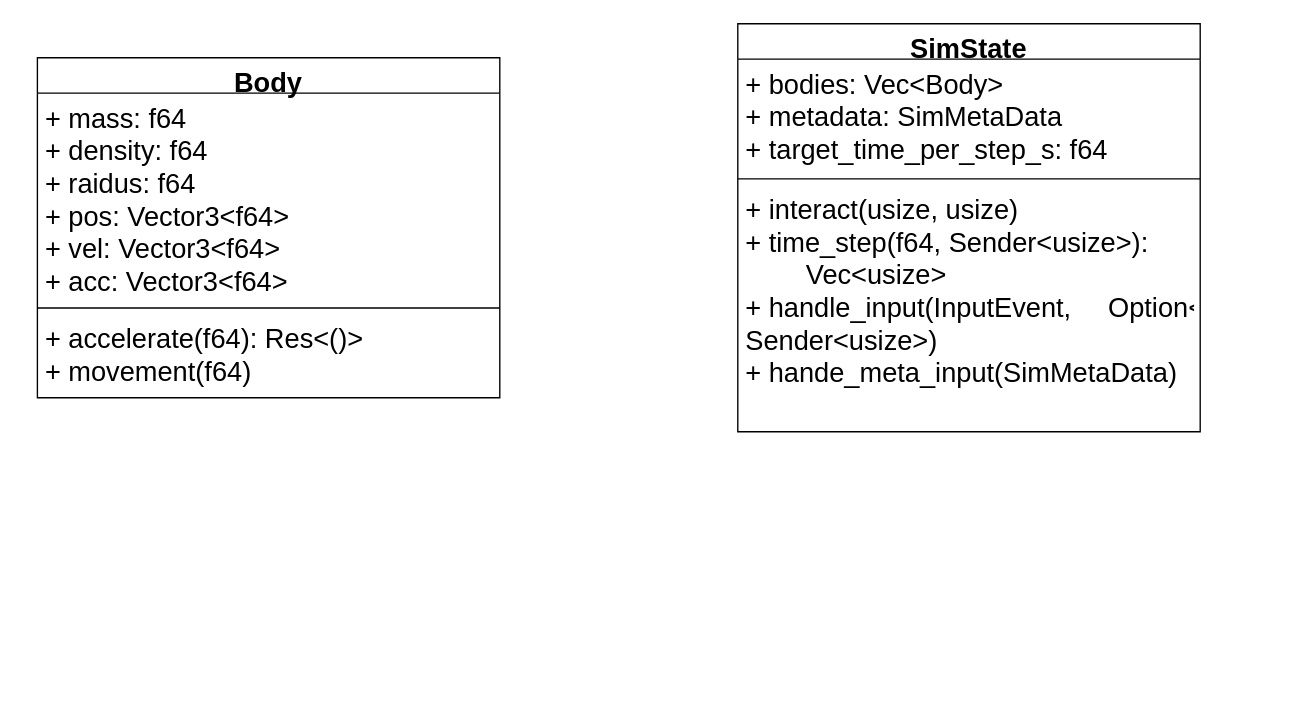
Above: Final/SimulationAufbau.drawio in DerGorn/InterstellareSimulation (draw.io), before the change. Source tidied: cells renumbered, new cells numbered last; positions are measured from the earlier drawing's top-left corner, leaving out a move shared by most shapes. Both pictures are drawn from the tidied source at 136%, with x=0, y=0 at pixel (37, 23).
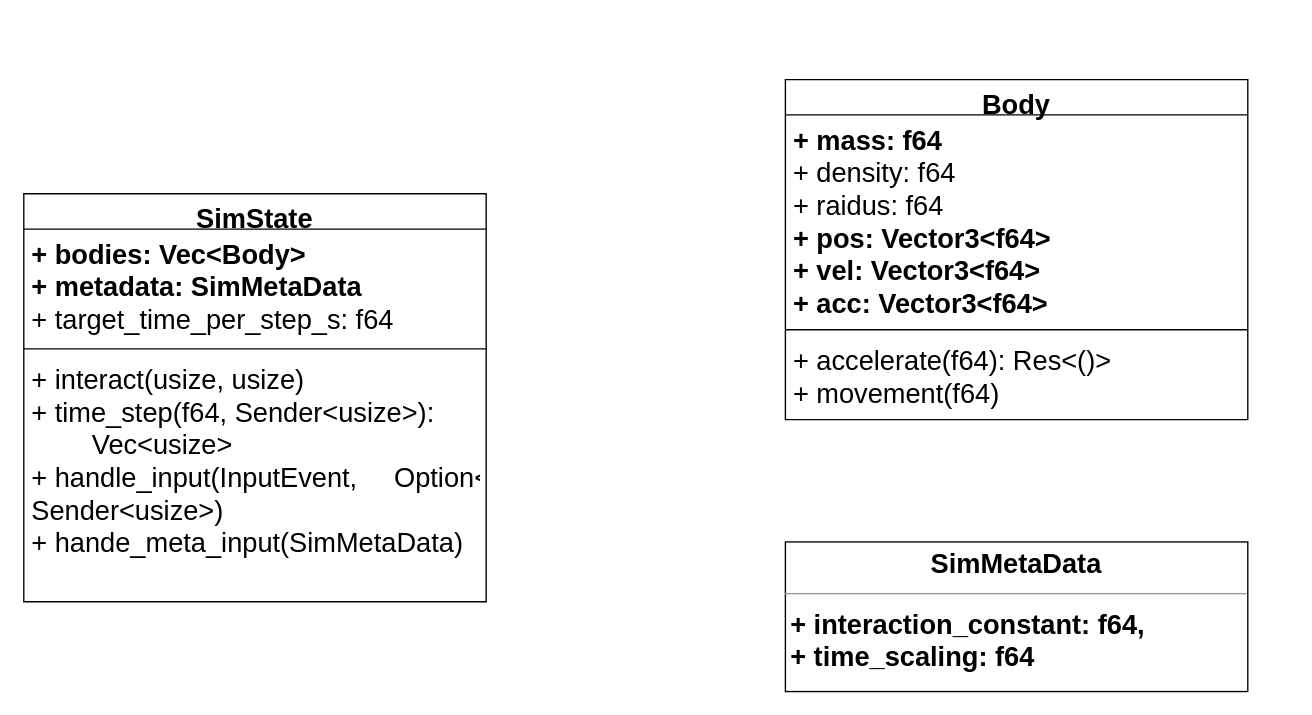
The same diagram, later.

Diff of the diagram source:
```diff
@@
 <mxGraphModel>
   <root>
     <mxCell id="0" />
     <mxCell id="1" parent="0" />
     <mxCell id="2" value="Body" style="swimlane;fontStyle=1;align=center;verticalAlign=top;horizontal=1;startSize=26;whiteSpace=wrap;html=1;fontSize=20;" parent="1" vertex="1">
-      <mxGeometry y="25" width="340" height="250" as="geometry" />
+      <mxGeometry x="550" y="41" width="340" height="250" as="geometry" />
     </mxCell>
-    <mxCell id="3" value="+ mass: f64&lt;br style=&quot;font-size: 20px;&quot;&gt;+ density: f64&lt;br style=&quot;font-size: 20px;&quot;&gt;+ raidus: f64&lt;br style=&quot;font-size: 20px;&quot;&gt;+ pos: Vector3&amp;lt;f64&amp;gt;&lt;br style=&quot;font-size: 20px;&quot;&gt;+ vel: Vector3&amp;lt;f64&amp;gt;&lt;br style=&quot;font-size: 20px;&quot;&gt;+ acc: Vector3&amp;lt;f64&amp;gt;" style="text;strokeColor=none;fillColor=none;align=left;verticalAlign=top;spacingLeft=4;spacingRight=4;overflow=hidden;whiteSpace=wrap;html=1;fontSize=20;" parent="2" vertex="1">
+    <mxCell id="3" value="&lt;b&gt;+ mass: f64&lt;/b&gt;&lt;br style=&quot;font-size: 20px;&quot;&gt;+ density: f64&lt;br style=&quot;font-size: 20px;&quot;&gt;+ raidus: f64&lt;br style=&quot;font-size: 20px;&quot;&gt;&lt;b&gt;+ pos: Vector3&amp;lt;f64&amp;gt;&lt;br style=&quot;font-size: 20px;&quot;&gt;+ vel: Vector3&amp;lt;f64&amp;gt;&lt;br style=&quot;font-size: 20px;&quot;&gt;+ acc: Vector3&amp;lt;f64&amp;gt;&lt;/b&gt;" style="text;strokeColor=none;fillColor=none;align=left;verticalAlign=top;spacingLeft=4;spacingRight=4;overflow=hidden;whiteSpace=wrap;html=1;fontSize=20;" parent="2" vertex="1">
       <mxGeometry y="26" width="340" height="154" as="geometry" />
     </mxCell>
     <mxCell id="4" style="line;strokeWidth=1;fillColor=none;align=left;verticalAlign=middle;spacingTop=-1;spacingLeft=3;spacingRight=3;labelPosition=right;strokeColor=inherit;fontSize=20;" parent="2" vertex="1">
       <mxGeometry y="180" width="340" height="8" as="geometry" />
     </mxCell>
     <mxCell id="5" value="+ accelerate(f64): Res&amp;lt;()&amp;gt;&lt;br&gt;+ movement(f64)" style="text;strokeColor=none;fillColor=none;align=left;verticalAlign=top;spacingLeft=4;spacingRight=4;overflow=hidden;whiteSpace=wrap;html=1;fontSize=20;" parent="2" vertex="1">
       <mxGeometry y="188" width="340" height="62" as="geometry" />
     </mxCell>
     <mxCell id="6" value="SimState" style="swimlane;fontStyle=1;align=center;verticalAlign=top;horizontal=1;startSize=26;whiteSpace=wrap;html=1;fontSize=20;" parent="1" vertex="1">
-      <mxGeometry x="515" width="340" height="300" as="geometry" />
+      <mxGeometry x="-10" y="125" width="340" height="300" as="geometry" />
     </mxCell>
-    <mxCell id="7" value="+ bodies: Vec&amp;lt;Body&amp;gt;&lt;br&gt;+ metadata: SimMetaData&lt;br&gt;+ target_time_per_step_s: f64" style="text;strokeColor=none;fillColor=none;align=left;verticalAlign=top;spacingLeft=4;spacingRight=4;overflow=hidden;whiteSpace=wrap;html=1;fontSize=20;" parent="6" vertex="1">
+    <mxCell id="7" value="&lt;b&gt;+ bodies: Vec&amp;lt;Body&amp;gt;&lt;br&gt;+ metadata: SimMetaData&lt;/b&gt;&lt;br&gt;+ target_time_per_step_s: f64" style="text;strokeColor=none;fillColor=none;align=left;verticalAlign=top;spacingLeft=4;spacingRight=4;overflow=hidden;whiteSpace=wrap;html=1;fontSize=20;" parent="6" vertex="1">
       <mxGeometry y="26" width="340" height="84" as="geometry" />
     </mxCell>
     <mxCell id="8" style="line;strokeWidth=1;fillColor=none;align=left;verticalAlign=middle;spacingTop=-1;spacingLeft=3;spacingRight=3;labelPosition=right;strokeColor=inherit;fontSize=20;" parent="6" vertex="1">
       <mxGeometry y="110" width="340" height="8" as="geometry" />
     </mxCell>
     <mxCell id="9" value="+ interact(usize, usize)&lt;br&gt;+ time_step(f64, Sender&amp;lt;usize&amp;gt;): &lt;span style=&quot;white-space: pre;&quot;&gt;&#9;&lt;/span&gt;Vec&amp;lt;usize&amp;gt;&lt;br&gt;+ handle_input(InputEvent, &lt;span style=&quot;white-space: pre;&quot;&gt;&#9;&lt;/span&gt;Option&amp;lt;Body&amp;gt;, Sender&amp;lt;usize&amp;gt;)&lt;br&gt;+ hande_meta_input(SimMetaData)" style="text;strokeColor=none;fillColor=none;align=left;verticalAlign=top;spacingLeft=4;spacingRight=4;overflow=hidden;whiteSpace=wrap;html=1;fontSize=20;" parent="6" vertex="1">
       <mxGeometry y="118" width="340" height="182" as="geometry" />
     </mxCell>
+    <mxCell id="10" value="&lt;p style=&quot;margin: 4px 0px 0px; text-align: center; font-size: 20px;&quot;&gt;&lt;b style=&quot;&quot;&gt;&lt;font style=&quot;font-size: 20px;&quot;&gt;SimMetaData&lt;/font&gt;&lt;/b&gt;&lt;/p&gt;&lt;hr style=&quot;font-size: 20px;&quot; size=&quot;1&quot;&gt;&lt;p style=&quot;margin: 0px 0px 0px 4px; font-size: 20px;&quot;&gt;&lt;font style=&quot;font-size: 20px;&quot;&gt;&lt;b&gt;+ interaction_constant: f64,&lt;/b&gt;&lt;/font&gt;&lt;/p&gt;&lt;p style=&quot;margin: 0px 0px 0px 4px; font-size: 20px;&quot;&gt;&lt;font style=&quot;font-size: 20px;&quot;&gt;&lt;b&gt;+ time_scaling: f64&lt;/b&gt;&lt;/font&gt;&lt;/p&gt;" style="verticalAlign=top;align=left;overflow=fill;fontSize=12;fontFamily=Helvetica;html=1;whiteSpace=wrap;" parent="1" vertex="1">
+      <mxGeometry x="550" y="381" width="340" height="110" as="geometry" />
+    </mxCell>
   </root>
 </mxGraphModel>
```
